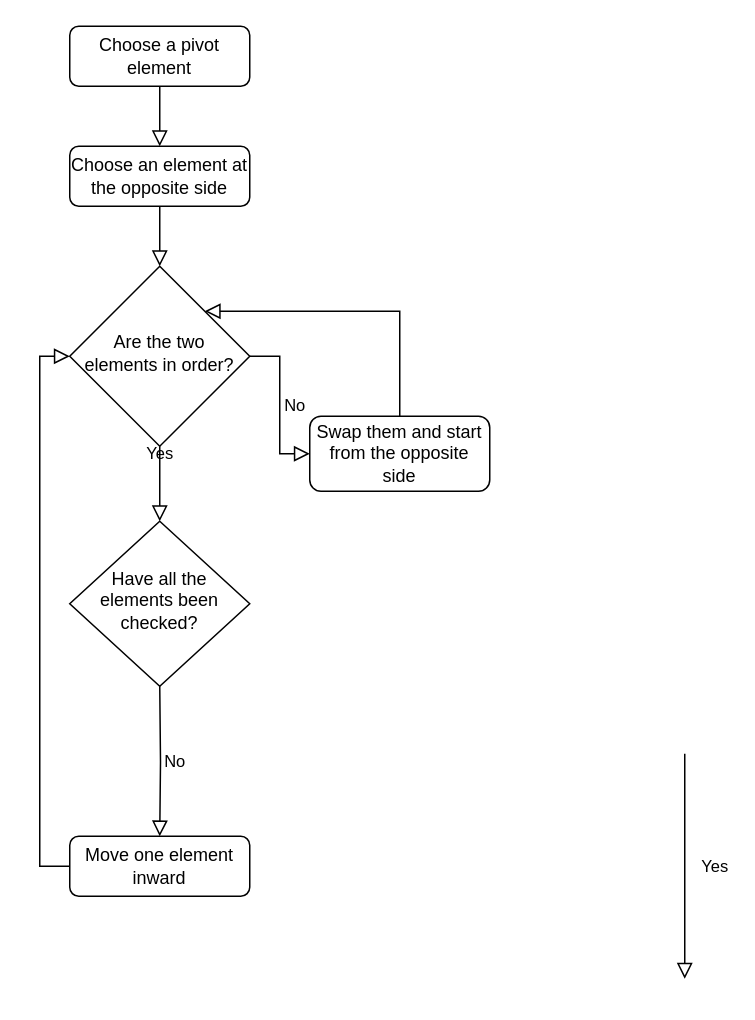
9652211/CP2Projects keeps this draw.io diagram as Untitled Diagram.drawio. Above is the earlier version. Source tidied: cells renumbered, new cells numbered last; positions are measured from the earlier drawing's top-left corner, leaving out a move shared by most shapes. Both pictures are drawn from the tidied source at 150%, with x=0, y=0 at pixel (69, 26).
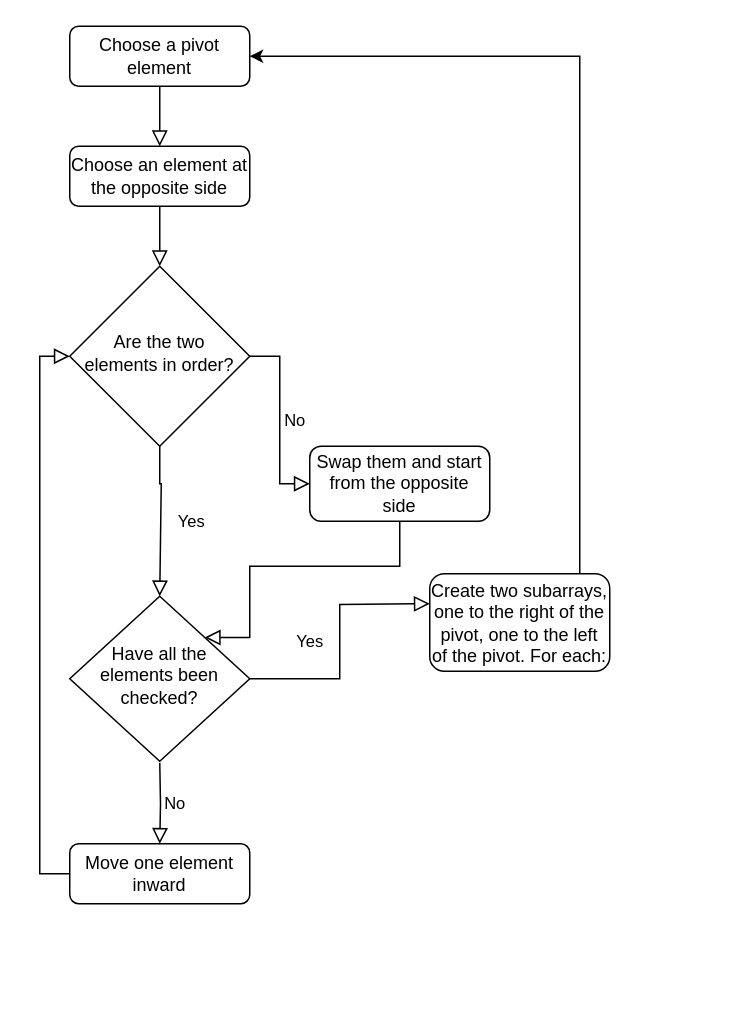
After the change.

The change refers to these unchanged cells:
```xml
<mxCell id="6" value="Are the two elements in order?" style="rhombus;whiteSpace=wrap;html=1;shadow=0;fontFamily=Helvetica;fontSize=12;align=center;strokeWidth=1;spacing=6;spacingTop=-4;" parent="1" vertex="1">
  <mxGeometry y="160" width="120" height="120" as="geometry" />
</mxCell>
<mxCell id="9" value="Choose a pivot element" style="rounded=1;whiteSpace=wrap;html=1;fontSize=12;glass=0;strokeWidth=1;shadow=0;" parent="1" vertex="1">
  <mxGeometry width="120" height="40" as="geometry" />
</mxCell>
```

Diff of the diagram source:
```diff
@@
-    <mxCell id="4" value="Yes" style="rounded=0;html=1;jettySize=auto;fontSize=11;endArrow=block;endFill=0;endSize=8;strokeWidth=1;shadow=0;labelBackgroundColor=none;edgeStyle=orthogonalEdgeStyle;" parent="1" edge="1" source="6">
+    <mxCell id="4" value="Yes" style="rounded=0;html=1;jettySize=auto;fontSize=11;endArrow=block;endFill=0;endSize=8;strokeWidth=1;shadow=0;labelBackgroundColor=none;edgeStyle=orthogonalEdgeStyle;entryX=0.5;entryY=0;entryDx=0;entryDy=0;" parent="1" edge="1" source="6" target="11">
       <mxGeometry y="20" relative="1" as="geometry">
-        <mxPoint x="60" y="330" as="targetPoint" />
+        <Array as="points">
+          <mxPoint x="60" y="305" />
+          <mxPoint x="61" y="305" />
+        </Array>
       </mxGeometry>
     </mxCell>
@@
     <mxCell id="7" value="Swap them and start from the opposite side" style="rounded=1;whiteSpace=wrap;html=1;fontSize=12;glass=0;strokeWidth=1;shadow=0;" parent="1" vertex="1">
-      <mxGeometry x="160" y="260" width="120" height="50" as="geometry" />
+      <mxGeometry x="160" y="280" width="120" height="50" as="geometry" />
     </mxCell>
     <mxCell id="8" value="Move one element inward" style="rounded=1;whiteSpace=wrap;html=1;fontSize=12;glass=0;strokeWidth=1;shadow=0;" parent="1" vertex="1">
-      <mxGeometry y="540" width="120" height="40" as="geometry" />
+      <mxGeometry y="545" width="120" height="40" as="geometry" />
     </mxCell>
@@
     <mxCell id="11" value="Have all the elements been checked?" style="rhombus;whiteSpace=wrap;html=1;shadow=0;fontFamily=Helvetica;fontSize=12;align=center;strokeWidth=1;spacing=6;spacingTop=-4;" parent="1" vertex="1">
-      <mxGeometry y="330" width="120" height="110" as="geometry" />
+      <mxGeometry y="380" width="120" height="110" as="geometry" />
     </mxCell>
-    <mxCell id="12" style="rounded=0;html=1;jettySize=auto;fontSize=11;endArrow=block;endFill=0;endSize=8;strokeWidth=1;shadow=0;labelBackgroundColor=none;edgeStyle=orthogonalEdgeStyle;entryX=1;entryY=0;entryDx=0;entryDy=0;" parent="1" edge="1" target="6">
+    <mxCell id="12" style="rounded=0;html=1;jettySize=auto;fontSize=11;endArrow=block;endFill=0;endSize=8;strokeWidth=1;shadow=0;labelBackgroundColor=none;edgeStyle=orthogonalEdgeStyle;exitX=0.5;exitY=1;exitDx=0;exitDy=0;entryX=1;entryY=0;entryDx=0;entryDy=0;" parent="1" edge="1" source="7" target="11">
       <mxGeometry relative="1" as="geometry">
-        <mxPoint x="220" y="260" as="sourcePoint" />
         <Array as="points">
-          <mxPoint x="220" y="190" />
+          <mxPoint x="220" y="360" />
+          <mxPoint x="120" y="360" />
+          <mxPoint x="120" y="408" />
         </Array>
       </mxGeometry>
     </mxCell>
@@
     <mxCell id="14" value="No" style="edgeStyle=orthogonalEdgeStyle;rounded=0;html=1;jettySize=auto;fontSize=11;endArrow=block;endFill=0;endSize=8;strokeWidth=1;shadow=0;labelBackgroundColor=none;entryX=0.5;entryY=0;entryDx=0;entryDy=0;" parent="1" edge="1" target="8">
       <mxGeometry y="10" relative="1" as="geometry">
-        <mxPoint x="60" y="440" as="sourcePoint" />
+        <mxPoint x="60" y="491" as="sourcePoint" />
       </mxGeometry>
     </mxCell>
-    <mxCell id="15" value="Yes" style="rounded=0;html=1;jettySize=auto;orthogonalLoop=1;fontSize=11;endArrow=block;endFill=0;endSize=8;strokeWidth=1;shadow=0;labelBackgroundColor=none;edgeStyle=orthogonalEdgeStyle;exitX=0.5;exitY=1;exitDx=0;exitDy=0;entryX=0.5;entryY=0;entryDx=0;entryDy=0;" parent="1" edge="1">
+    <mxCell id="15" value="Yes" style="rounded=0;html=1;jettySize=auto;fontSize=11;endArrow=block;endFill=0;endSize=8;strokeWidth=1;shadow=0;labelBackgroundColor=none;edgeStyle=orthogonalEdgeStyle;exitX=1;exitY=0.5;exitDx=0;exitDy=0;" parent="1" edge="1" source="11">
       <mxGeometry y="20" relative="1" as="geometry">
-        <mxPoint x="410" y="485" as="sourcePoint" />
-        <mxPoint x="410" y="635" as="targetPoint" />
+        <mxPoint x="240" y="385" as="targetPoint" />
       </mxGeometry>
     </mxCell>
+    <mxCell id="16" style="edgeStyle=orthogonalEdgeStyle;rounded=0;jettySize=auto;html=1;entryX=1;entryY=0.5;entryDx=0;entryDy=0;" parent="1" edge="1" source="17" target="9">
+      <mxGeometry relative="1" as="geometry">
+        <Array as="points">
+          <mxPoint x="340" y="20" />
+        </Array>
+      </mxGeometry>
+    </mxCell>
+    <mxCell id="17" value="Create two subarrays, one to the right of the pivot, one to the left of the pivot. For each:" style="rounded=1;whiteSpace=wrap;html=1;fontSize=12;glass=0;strokeWidth=1;shadow=0;" parent="1" vertex="1">
+      <mxGeometry x="240" y="365" width="120" height="65" as="geometry" />
+    </mxCell>
```
